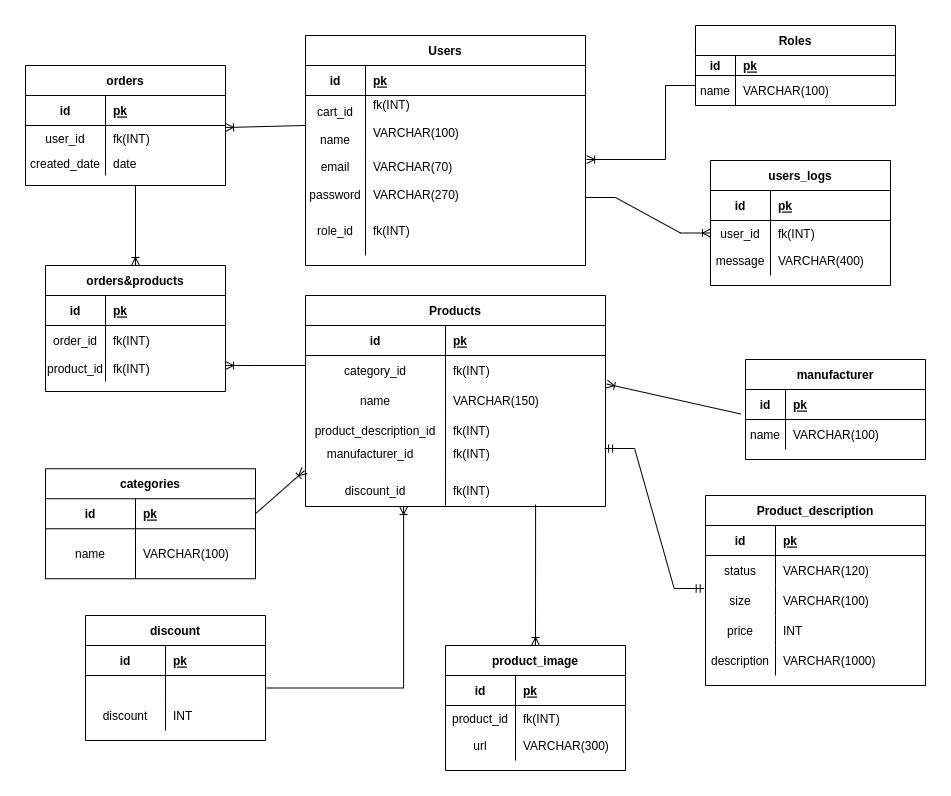
The draw.io diagram db_diagram.png in DolgihDmitriy/DB_Labs_2022, before a commit. Source tidied: cells renumbered, new cells last; positions are measured from the earlier drawing's top-left corner, leaving out a move shared by most shapes.
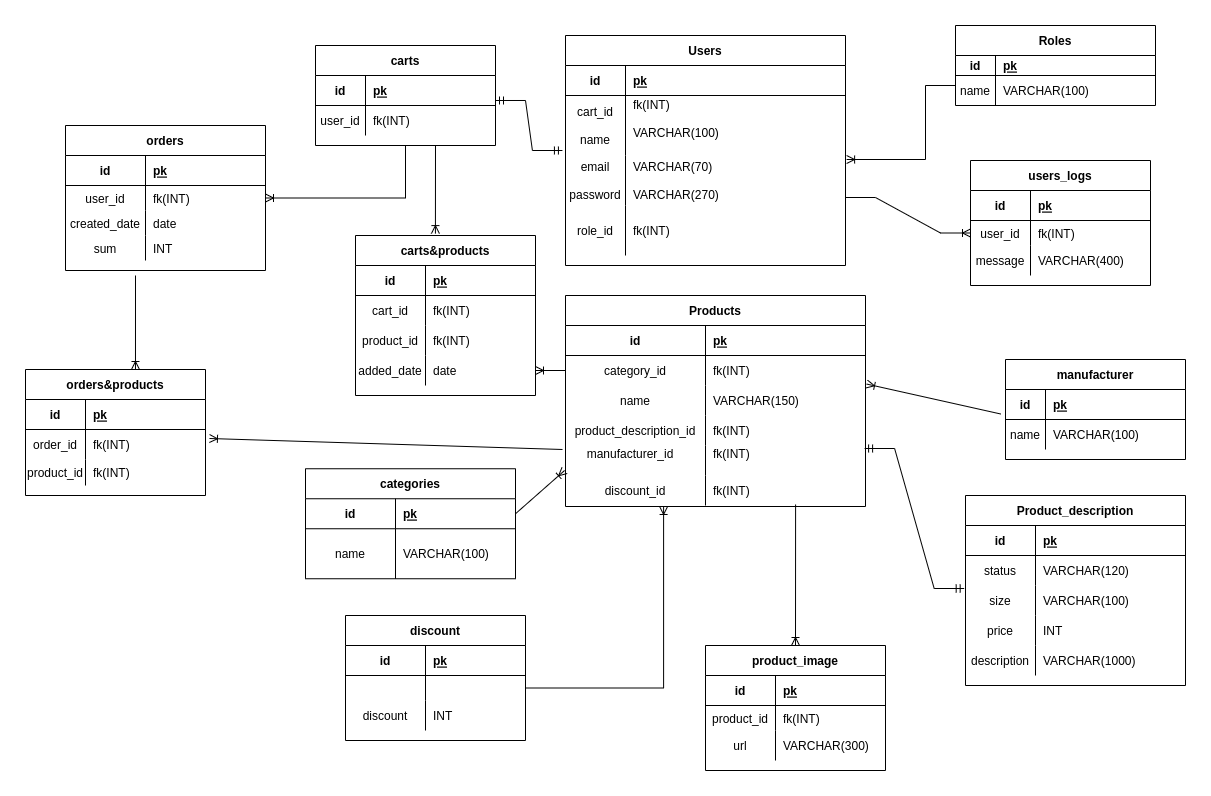
After the change.

Change to the diagram source:
```diff
@@ -192,7 +192,7 @@
       <mxGeometry x="40" width="140" height="30" as="geometry" />
     </mxCell>
     <mxCell id="65" value="orders" style="shape=table;startSize=30;rowLines=0;fontStyle=1;align=center;" parent="1" vertex="1">
-      <mxGeometry y="40" width="200" height="120" as="geometry" />
+      <mxGeometry x="-220" y="100" width="200" height="145" as="geometry" />
     </mxCell>
     <mxCell id="66" style="shape=tableRow;horizontal=0;startSize=0;swimlaneHead=0;swimlaneBody=0;fillColor=none;top=0;left=0;right=0;bottom=1;" parent="65" vertex="1">
       <mxGeometry y="30" width="200" height="30" as="geometry" />
@@ -221,6 +221,15 @@
     <mxCell id="74" value="date" style="shape=partialRectangle;fillColor=none;top=0;left=0;bottom=0;right=0;align=left;spacingLeft=6;overflow=hidden;" parent="72" vertex="1">
       <mxGeometry x="80" width="120" height="25" as="geometry" />
     </mxCell>
+    <mxCell id="134" style="shape=tableRow;horizontal=0;startSize=0;swimlaneHead=0;swimlaneBody=0;fillColor=none;top=0;left=0;right=0;bottom=0;" parent="65" vertex="1">
+      <mxGeometry y="110" width="200" height="25" as="geometry" />
+    </mxCell>
+    <mxCell id="135" value="sum" style="shape=partialRectangle;fillColor=none;top=0;left=0;bottom=0;right=0;overflow=hidden;" parent="134" vertex="1">
+      <mxGeometry width="80" height="25" as="geometry" />
+    </mxCell>
+    <mxCell id="136" value="INT" style="shape=partialRectangle;fillColor=none;top=0;left=0;bottom=0;right=0;align=left;spacingLeft=6;overflow=hidden;" parent="134" vertex="1">
+      <mxGeometry x="80" width="120" height="25" as="geometry" />
+    </mxCell>
     <mxCell id="75" value="product_image" style="shape=table;startSize=30;rowLines=0;fontStyle=1;align=center;" parent="1" vertex="1">
       <mxGeometry x="420" y="620" width="180" height="125" as="geometry" />
     </mxCell>
@@ -299,7 +308,7 @@
       <mxGeometry relative="1" as="geometry" />
     </mxCell>
     <mxCell id="99" value="orders&amp;products" style="shape=table;startSize=30;rowLines=0;fontStyle=1;align=center;" parent="1" vertex="1">
-      <mxGeometry x="20" y="240" width="180" height="126" as="geometry" />
+      <mxGeometry x="-260" y="344" width="180" height="126" as="geometry" />
     </mxCell>
     <mxCell id="100" style="shape=tableRow;horizontal=0;startSize=0;swimlaneHead=0;swimlaneBody=0;fillColor=none;top=0;left=0;right=0;bottom=1;" parent="99" vertex="1">
       <mxGeometry y="30" width="180" height="30" as="geometry" />
@@ -328,21 +337,8 @@
     <mxCell id="108" value="fk(INT)" style="shape=partialRectangle;fillColor=none;top=0;left=0;bottom=0;right=0;align=left;spacingLeft=6;overflow=hidden;" parent="106" vertex="1">
       <mxGeometry x="60" width="120" height="26" as="geometry" />
     </mxCell>
-    <mxCell id="109" style="fontSize=12;html=1;endArrow=ERoneToMany;rounded=0;exitX=0.5;exitY=1;exitDx=0;exitDy=0;entryX=0.5;entryY=0;entryDx=0;entryDy=0;" parent="1" edge="1" source="65" target="99">
-      <mxGeometry relative="1" as="geometry">
-        <Array as="points">
-          <mxPoint x="110" y="160" />
-        </Array>
-      </mxGeometry>
-    </mxCell>
-    <mxCell id="110" style="fontSize=12;html=1;endArrow=ERoneToMany;rounded=0;" parent="1" edge="1">
-      <mxGeometry relative="1" as="geometry">
-        <mxPoint x="280" y="340" as="sourcePoint" />
-        <mxPoint x="200" y="340" as="targetPoint" />
-        <Array as="points">
-          <mxPoint x="230" y="340" />
-        </Array>
-      </mxGeometry>
+    <mxCell id="110" style="fontSize=12;html=1;endArrow=ERoneToMany;rounded=0;entryX=1.022;entryY=0.3;entryDx=0;entryDy=0;entryPerimeter=0;exitX=-0.01;exitY=1.133;exitDx=0;exitDy=0;exitPerimeter=0;" parent="1" edge="1" source="42" target="103">
+      <mxGeometry relative="1" as="geometry" />
     </mxCell>
     <mxCell id="111" style="fontSize=12;html=1;endArrow=ERoneToMany;rounded=0;exitX=1;exitY=0.5;exitDx=0;exitDy=0;entryX=-0.003;entryY=0.833;entryDx=0;entryDy=0;entryPerimeter=0;" parent="1" edge="1" source="52" target="45">
       <mxGeometry relative="1" as="geometry" />
@@ -356,9 +352,6 @@
     <mxCell id="114" style="fontSize=12;html=1;endArrow=ERoneToMany;rounded=0;entryX=1.004;entryY=0.952;entryDx=0;entryDy=0;entryPerimeter=0;exitX=-0.026;exitY=-0.183;exitDx=0;exitDy=0;exitPerimeter=0;" parent="1" edge="1" source="62" target="36">
       <mxGeometry relative="1" as="geometry" />
     </mxCell>
-    <mxCell id="115" style="fontSize=12;html=1;endArrow=ERoneToMany;rounded=0;exitX=0;exitY=0.5;exitDx=0;exitDy=0;entryX=1;entryY=0.08;entryDx=0;entryDy=0;entryPerimeter=0;" parent="1" edge="1" source="6" target="69">
-      <mxGeometry relative="1" as="geometry" />
-    </mxCell>
     <mxCell id="116" value="Product_description" style="shape=table;startSize=30;rowLines=0;fontStyle=1;align=center;" parent="1" vertex="1">
       <mxGeometry x="680" y="470" width="220" height="190" as="geometry" />
     </mxCell>
@@ -413,5 +406,84 @@
     <mxCell id="133" style="edgeStyle=entityRelationEdgeStyle;fontSize=12;html=1;endArrow=ERmandOne;startArrow=ERmandOne;rounded=0;exitX=0.997;exitY=0.1;exitDx=0;exitDy=0;exitPerimeter=0;entryX=-0.006;entryY=0.1;entryDx=0;entryDy=0;entryPerimeter=0;" parent="1" edge="1" source="45" target="123">
       <mxGeometry relative="1" as="geometry" />
     </mxCell>
+    <mxCell id="137" value="carts" style="shape=table;startSize=30;rowLines=0;fontStyle=1;align=center;" parent="1" vertex="1">
+      <mxGeometry x="30" y="20" width="180" height="100" as="geometry" />
+    </mxCell>
+    <mxCell id="138" style="shape=tableRow;horizontal=0;startSize=0;swimlaneHead=0;swimlaneBody=0;fillColor=none;points=[[0,0.5],[1,0.5]];portConstraint=eastwest;top=0;left=0;right=0;bottom=1;" parent="137" vertex="1">
+      <mxGeometry y="30" width="180" height="30" as="geometry" />
+    </mxCell>
+    <mxCell id="139" value="id" style="shape=partialRectangle;fillColor=none;top=0;left=0;bottom=0;right=0;fontStyle=1;overflow=hidden;" parent="138" vertex="1">
+      <mxGeometry width="50" height="30" as="geometry" />
+    </mxCell>
+    <mxCell id="140" value="pk" style="shape=partialRectangle;fillColor=none;top=0;left=0;bottom=0;right=0;align=left;spacingLeft=6;fontStyle=5;overflow=hidden;" parent="138" vertex="1">
+      <mxGeometry x="50" width="130" height="30" as="geometry" />
+    </mxCell>
+    <mxCell id="141" style="shape=tableRow;horizontal=0;startSize=0;swimlaneHead=0;swimlaneBody=0;fillColor=none;top=0;left=0;right=0;bottom=0;" parent="137" vertex="1">
+      <mxGeometry y="60" width="180" height="30" as="geometry" />
+    </mxCell>
+    <mxCell id="142" value="user_id" style="shape=partialRectangle;fillColor=none;top=0;left=0;bottom=0;right=0;overflow=hidden;" parent="141" vertex="1">
+      <mxGeometry width="50" height="30" as="geometry" />
+    </mxCell>
+    <mxCell id="143" value="fk(INT)" style="shape=partialRectangle;fillColor=none;top=0;left=0;bottom=0;right=0;align=left;spacingLeft=6;overflow=hidden;" parent="141" vertex="1">
+      <mxGeometry x="50" width="130" height="30" as="geometry" />
+    </mxCell>
+    <mxCell id="144" style="edgeStyle=entityRelationEdgeStyle;fontSize=12;html=1;endArrow=ERmandOne;startArrow=ERmandOne;rounded=0;entryX=-0.011;entryY=-0.1;entryDx=0;entryDy=0;entryPerimeter=0;exitX=1;exitY=0.833;exitDx=0;exitDy=0;exitPerimeter=0;" parent="1" edge="1" source="138" target="9">
+      <mxGeometry relative="1" as="geometry" />
+    </mxCell>
+    <mxCell id="145" style="edgeStyle=orthogonalEdgeStyle;fontSize=12;html=1;endArrow=ERoneToMany;rounded=0;entryX=1;entryY=0.5;entryDx=0;entryDy=0;exitX=0.5;exitY=1;exitDx=0;exitDy=0;" parent="1" edge="1" source="137" target="69">
+      <mxGeometry relative="1" as="geometry" />
+    </mxCell>
+    <mxCell id="146" value="carts&amp;products" style="shape=table;startSize=30;rowLines=0;fontStyle=1;align=center;" parent="1" vertex="1">
+      <mxGeometry x="70" y="210" width="180" height="160" as="geometry" />
+    </mxCell>
+    <mxCell id="147" style="shape=tableRow;horizontal=0;startSize=0;swimlaneHead=0;swimlaneBody=0;fillColor=none;top=0;left=0;right=0;bottom=1;" parent="146" vertex="1">
+      <mxGeometry y="30" width="180" height="30" as="geometry" />
+    </mxCell>
+    <mxCell id="148" value="id" style="shape=partialRectangle;fillColor=none;top=0;left=0;bottom=0;right=0;fontStyle=1;overflow=hidden;" parent="147" vertex="1">
+      <mxGeometry width="70" height="30" as="geometry" />
+    </mxCell>
+    <mxCell id="149" value="pk" style="shape=partialRectangle;fillColor=none;top=0;left=0;bottom=0;right=0;align=left;spacingLeft=6;fontStyle=5;overflow=hidden;" parent="147" vertex="1">
+      <mxGeometry x="70" width="110" height="30" as="geometry" />
+    </mxCell>
+    <mxCell id="150" style="shape=tableRow;horizontal=0;startSize=0;swimlaneHead=0;swimlaneBody=0;fillColor=none;top=0;left=0;right=0;bottom=0;" parent="146" vertex="1">
+      <mxGeometry y="60" width="180" height="30" as="geometry" />
+    </mxCell>
+    <mxCell id="151" value="cart_id" style="shape=partialRectangle;fillColor=none;top=0;left=0;bottom=0;right=0;overflow=hidden;" parent="150" vertex="1">
+      <mxGeometry width="70" height="30" as="geometry" />
+    </mxCell>
+    <mxCell id="152" value="fk(INT)" style="shape=partialRectangle;fillColor=none;top=0;left=0;bottom=0;right=0;align=left;spacingLeft=6;overflow=hidden;" parent="150" vertex="1">
+      <mxGeometry x="70" width="110" height="30" as="geometry" />
+    </mxCell>
+    <mxCell id="153" style="shape=tableRow;horizontal=0;startSize=0;swimlaneHead=0;swimlaneBody=0;fillColor=none;top=0;left=0;right=0;bottom=0;" parent="146" vertex="1">
+      <mxGeometry y="90" width="180" height="30" as="geometry" />
+    </mxCell>
+    <mxCell id="154" value="product_id" style="shape=partialRectangle;fillColor=none;top=0;left=0;bottom=0;right=0;overflow=hidden;" parent="153" vertex="1">
+      <mxGeometry width="70" height="30" as="geometry" />
+    </mxCell>
+    <mxCell id="155" value="fk(INT)" style="shape=partialRectangle;fillColor=none;top=0;left=0;bottom=0;right=0;align=left;spacingLeft=6;overflow=hidden;" parent="153" vertex="1">
+      <mxGeometry x="70" width="110" height="30" as="geometry" />
+    </mxCell>
+    <mxCell id="156" style="shape=tableRow;horizontal=0;startSize=0;swimlaneHead=0;swimlaneBody=0;fillColor=none;points=[[0,0.5],[1,0.5]];portConstraint=eastwest;top=0;left=0;right=0;bottom=0;" parent="146" vertex="1">
+      <mxGeometry y="120" width="180" height="30" as="geometry" />
+    </mxCell>
+    <mxCell id="157" value="added_date" style="shape=partialRectangle;fillColor=none;top=0;left=0;bottom=0;right=0;overflow=hidden;" parent="156" vertex="1">
+      <mxGeometry width="70" height="30" as="geometry" />
+    </mxCell>
+    <mxCell id="158" value="date" style="shape=partialRectangle;fillColor=none;top=0;left=0;bottom=0;right=0;align=left;spacingLeft=6;overflow=hidden;" parent="156" vertex="1">
+      <mxGeometry x="70" width="110" height="30" as="geometry" />
+    </mxCell>
+    <mxCell id="159" style="fontSize=12;html=1;endArrow=ERoneToMany;rounded=0;entryX=0.444;entryY=-0.012;entryDx=0;entryDy=0;entryPerimeter=0;" parent="1" edge="1" target="146">
+      <mxGeometry relative="1" as="geometry">
+        <mxPoint x="150" y="120" as="sourcePoint" />
+      </mxGeometry>
+    </mxCell>
+    <mxCell id="160" style="fontSize=12;html=1;endArrow=ERoneToMany;rounded=0;exitX=0;exitY=0.5;exitDx=0;exitDy=0;entryX=1;entryY=0.5;entryDx=0;entryDy=0;" parent="1" edge="1" source="36" target="156">
+      <mxGeometry relative="1" as="geometry" />
+    </mxCell>
+    <mxCell id="161" style="fontSize=12;html=1;endArrow=ERoneToMany;rounded=0;entryX=0.611;entryY=0;entryDx=0;entryDy=0;entryPerimeter=0;" parent="1" edge="1" target="99">
+      <mxGeometry relative="1" as="geometry">
+        <mxPoint x="-150" y="250" as="sourcePoint" />
+      </mxGeometry>
+    </mxCell>
   </root>
 </mxGraphModel>
```
